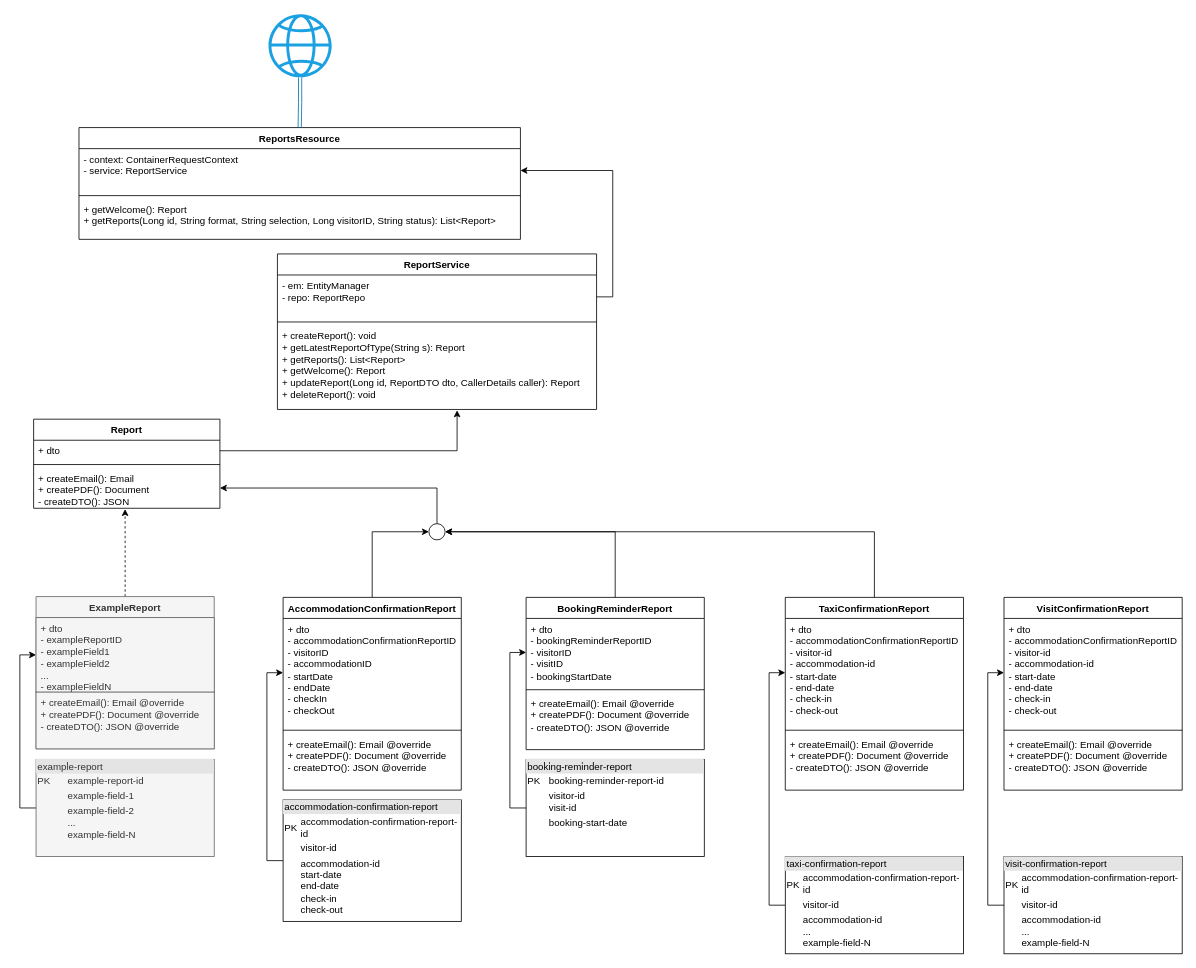
The draw.io diagram Document generation class diagram.drawio in ambolt314/FinalProjectDesign, before the edit. Source tidied: cells renumbered, new cells numbered last; positions are measured from the earlier drawing's top-left corner, leaving out a move shared by most shapes. Both pictures are drawn from the tidied source at 81%, with x=0, y=0 at pixel (33, 14).
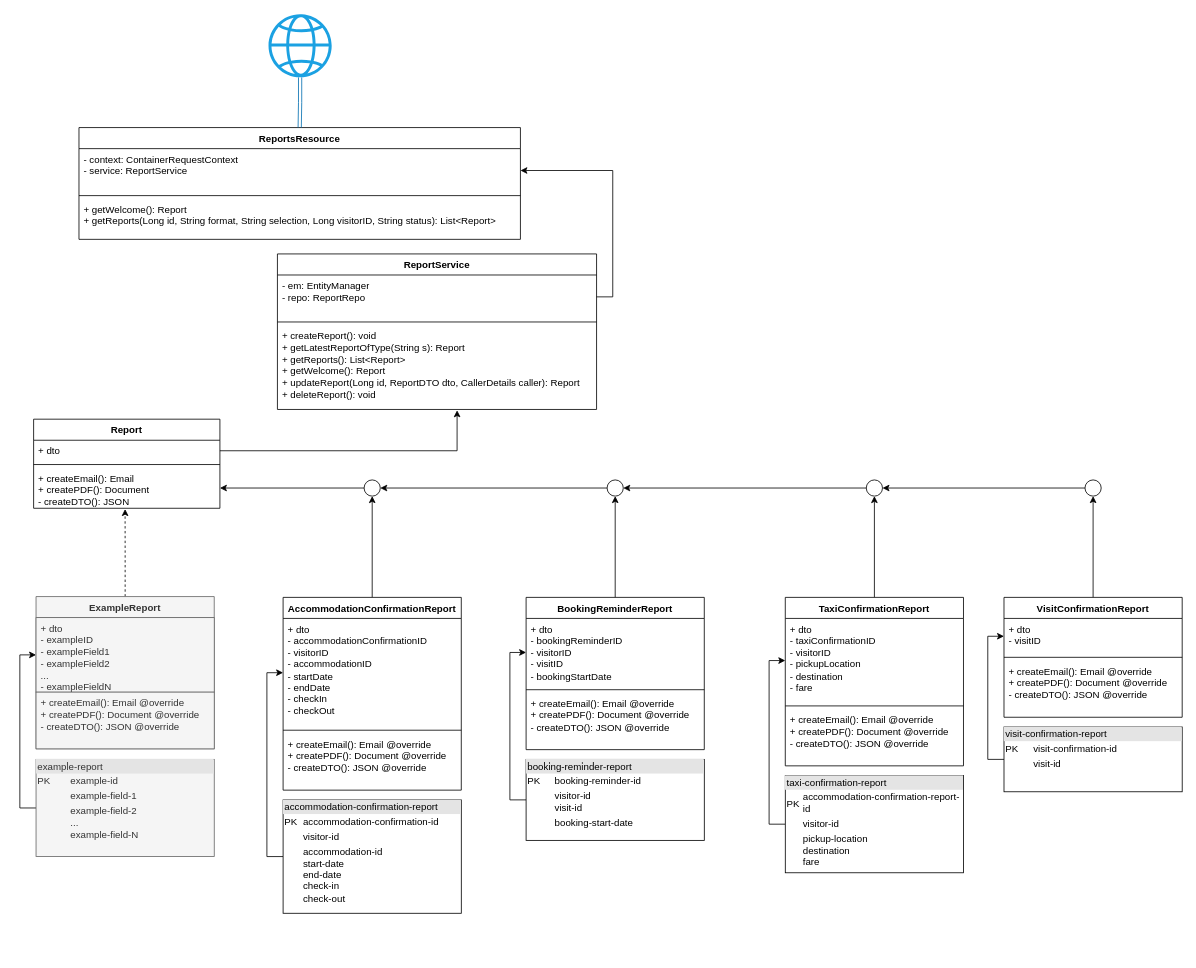
Above is the later version.

Commit message:
Added indicative underlying data to reports

The change refers to these unchanged cells:
```xml
<mxCell id="18" value="ExampleReport" style="swimlane;fontStyle=1;align=center;verticalAlign=top;horizontal=1;startSize=26;whiteSpace=wrap;html=1;fillColor=#f5f5f5;fontColor=#333333;strokeColor=#666666;" parent="1" vertex="1">
  <mxGeometry x="3" y="719" width="220" height="188" as="geometry" />
</mxCell>
<mxCell id="24" value="AccommodationConfirmationReport" style="swimlane;fontStyle=1;align=center;verticalAlign=top;horizontal=1;startSize=26;whiteSpace=wrap;html=1;" parent="1" vertex="1">
  <mxGeometry x="308" y="720" width="220" height="238" as="geometry" />
</mxCell>
<mxCell id="36" value="BookingReminderReport" style="swimlane;fontStyle=1;align=center;verticalAlign=top;horizontal=1;startSize=26;whiteSpace=wrap;html=1;" parent="1" vertex="1">
  <mxGeometry x="608" y="720" width="220" height="188" as="geometry" />
</mxCell>
```

The edit, as a diff of the source:
```diff
@@
-    <mxCell id="16" value="&lt;div style=&quot;box-sizing:border-box;width:100%;background:#e4e4e4;padding:2px;&quot;&gt;example-report&lt;/div&gt;&lt;table style=&quot;width:100%;font-size:1em;&quot; cellpadding=&quot;2&quot; cellspacing=&quot;0&quot;&gt;&lt;tbody&gt;&lt;tr&gt;&lt;td&gt;PK&lt;/td&gt;&lt;td&gt;example-report-id&lt;br&gt;&lt;/td&gt;&lt;/tr&gt;&lt;tr&gt;&lt;td&gt;&lt;br&gt;&lt;/td&gt;&lt;td&gt;example-field-1&lt;/td&gt;&lt;/tr&gt;&lt;tr&gt;&lt;td&gt;&lt;/td&gt;&lt;td&gt;example-field-2&lt;br&gt;...&lt;br&gt;example-field-N&lt;br&gt;&lt;/td&gt;&lt;/tr&gt;&lt;/tbody&gt;&lt;/table&gt;" style="verticalAlign=top;align=left;overflow=fill;html=1;whiteSpace=wrap;fillColor=#f5f5f5;fontColor=#333333;strokeColor=#666666;" parent="1" vertex="1">
+    <mxCell id="16" value="&lt;div style=&quot;box-sizing:border-box;width:100%;background:#e4e4e4;padding:2px;&quot;&gt;example-report&lt;/div&gt;&lt;table style=&quot;width:100%;font-size:1em;&quot; cellpadding=&quot;2&quot; cellspacing=&quot;0&quot;&gt;&lt;tbody&gt;&lt;tr&gt;&lt;td&gt;PK&lt;/td&gt;&lt;td&gt;example-id&lt;br&gt;&lt;/td&gt;&lt;/tr&gt;&lt;tr&gt;&lt;td&gt;&lt;br&gt;&lt;/td&gt;&lt;td&gt;example-field-1&lt;/td&gt;&lt;/tr&gt;&lt;tr&gt;&lt;td&gt;&lt;/td&gt;&lt;td&gt;example-field-2&lt;br&gt;...&lt;br&gt;example-field-N&lt;br&gt;&lt;/td&gt;&lt;/tr&gt;&lt;/tbody&gt;&lt;/table&gt;" style="verticalAlign=top;align=left;overflow=fill;html=1;whiteSpace=wrap;fillColor=#f5f5f5;fontColor=#333333;strokeColor=#666666;" parent="1" vertex="1">
       <mxGeometry x="3" y="920" width="220" height="120" as="geometry" />
     </mxCell>
@@
-    <mxCell id="19" value="&lt;div&gt;+ dto&lt;br&gt;&lt;/div&gt;&lt;div&gt;- exampleReportID&lt;/div&gt;&lt;div&gt;- exampleField1&lt;/div&gt;&lt;div&gt;- exampleField2&lt;br&gt;&lt;/div&gt;&lt;div&gt;...&lt;/div&gt;&lt;div&gt;- exampleFieldN&lt;br&gt;&lt;/div&gt;" style="text;strokeColor=#666666;fillColor=#f5f5f5;align=left;verticalAlign=top;spacingLeft=4;spacingRight=4;overflow=hidden;points=[[0,0.5],[1,0.5]];portConstraint=eastwest;whiteSpace=wrap;html=1;fontColor=#333333;" parent="18" vertex="1">
+    <mxCell id="19" value="&lt;div&gt;+ dto&lt;br&gt;&lt;/div&gt;&lt;div&gt;- exampleID&lt;/div&gt;&lt;div&gt;- exampleField1&lt;/div&gt;&lt;div&gt;- exampleField2&lt;br&gt;&lt;/div&gt;&lt;div&gt;...&lt;/div&gt;&lt;div&gt;- exampleFieldN&lt;br&gt;&lt;/div&gt;" style="text;strokeColor=#666666;fillColor=#f5f5f5;align=left;verticalAlign=top;spacingLeft=4;spacingRight=4;overflow=hidden;points=[[0,0.5],[1,0.5]];portConstraint=eastwest;whiteSpace=wrap;html=1;fontColor=#333333;" parent="18" vertex="1">
       <mxGeometry y="26" width="220" height="92" as="geometry" />
     </mxCell>
@@
-    <mxCell id="22" value="&lt;div style=&quot;box-sizing:border-box;width:100%;background:#e4e4e4;padding:2px;&quot;&gt;accommodation-confirmation-report&lt;/div&gt;&lt;table style=&quot;width:100%;font-size:1em;&quot; cellpadding=&quot;2&quot; cellspacing=&quot;0&quot;&gt;&lt;tbody&gt;&lt;tr&gt;&lt;td&gt;PK&lt;/td&gt;&lt;td&gt;accommodation-confirmation-report-id&lt;br&gt;&lt;/td&gt;&lt;/tr&gt;&lt;tr&gt;&lt;td&gt;&lt;br&gt;&lt;/td&gt;&lt;td&gt;visitor-id&lt;br&gt;&lt;/td&gt;&lt;/tr&gt;&lt;tr&gt;&lt;td&gt;&lt;/td&gt;&lt;td&gt;accommodation-id&lt;br&gt;start-date&lt;br&gt;end-date&lt;br&gt;check-in&lt;br&gt;check-out&lt;br&gt;&lt;/td&gt;&lt;/tr&gt;&lt;/tbody&gt;&lt;/table&gt;" style="verticalAlign=top;align=left;overflow=fill;html=1;whiteSpace=wrap;" parent="1" vertex="1">
-      <mxGeometry x="308" y="970" width="220" height="150" as="geometry" />
+    <mxCell id="22" value="&lt;div style=&quot;box-sizing:border-box;width:100%;background:#e4e4e4;padding:2px;&quot;&gt;accommodation-confirmation-report&lt;/div&gt;&lt;table style=&quot;width:100%;font-size:1em;&quot; cellpadding=&quot;2&quot; cellspacing=&quot;0&quot;&gt;&lt;tbody&gt;&lt;tr&gt;&lt;td&gt;PK&lt;/td&gt;&lt;td&gt;accommodation-confirmation-id&lt;br&gt;&lt;/td&gt;&lt;/tr&gt;&lt;tr&gt;&lt;td&gt;&lt;br&gt;&lt;/td&gt;&lt;td&gt;visitor-id&lt;br&gt;&lt;/td&gt;&lt;/tr&gt;&lt;tr&gt;&lt;td&gt;&lt;/td&gt;&lt;td&gt;accommodation-id&lt;br&gt;start-date&lt;br&gt;end-date&lt;br&gt;check-in&lt;br&gt;check-out&lt;br&gt;&lt;/td&gt;&lt;/tr&gt;&lt;/tbody&gt;&lt;/table&gt;" style="verticalAlign=top;align=left;overflow=fill;html=1;whiteSpace=wrap;" parent="1" vertex="1">
+      <mxGeometry x="308" y="970" width="220" height="140" as="geometry" />
     </mxCell>
-    <mxCell id="23" style="edgeStyle=orthogonalEdgeStyle;rounded=0;jettySize=auto;html=1;entryX=0;entryY=0.5;entryDx=0;entryDy=0;exitX=0.5;exitY=0;exitDx=0;exitDy=0;" parent="1" edge="1" source="24" target="29">
+    <mxCell id="23" style="edgeStyle=orthogonalEdgeStyle;rounded=0;jettySize=auto;html=1;entryX=0.5;entryY=1;entryDx=0;entryDy=0;" parent="1" edge="1" source="24" target="29">
       <mxGeometry relative="1" as="geometry" />
     </mxCell>
@@
-    <mxCell id="25" value="&lt;div&gt;+ dto&lt;br&gt;&lt;/div&gt;&lt;div&gt;- accommodationConfirmationReportID&lt;/div&gt;&lt;div&gt;- visitorID&lt;br&gt;&lt;/div&gt;&lt;div&gt;- accommodationID&lt;/div&gt;&lt;div&gt;- startDate&lt;/div&gt;&lt;div&gt;- endDate&lt;/div&gt;&lt;div&gt;- checkIn&lt;/div&gt;&lt;div&gt;- checkOut&lt;br&gt;&lt;/div&gt;" style="text;strokeColor=none;fillColor=none;align=left;verticalAlign=top;spacingLeft=4;spacingRight=4;overflow=hidden;points=[[0,0.5],[1,0.5]];portConstraint=eastwest;whiteSpace=wrap;html=1;" parent="24" vertex="1">
+    <mxCell id="25" value="&lt;div&gt;+ dto&lt;br&gt;&lt;/div&gt;&lt;div&gt;- accommodationConfirmationID&lt;/div&gt;&lt;div&gt;- visitorID&lt;br&gt;&lt;/div&gt;&lt;div&gt;- accommodationID&lt;/div&gt;&lt;div&gt;- startDate&lt;/div&gt;&lt;div&gt;- endDate&lt;/div&gt;&lt;div&gt;- checkIn&lt;/div&gt;&lt;div&gt;- checkOut&lt;br&gt;&lt;/div&gt;" style="text;strokeColor=none;fillColor=none;align=left;verticalAlign=top;spacingLeft=4;spacingRight=4;overflow=hidden;points=[[0,0.5],[1,0.5]];portConstraint=eastwest;whiteSpace=wrap;html=1;" parent="24" vertex="1">
       <mxGeometry y="26" width="220" height="134" as="geometry" />
     </mxCell>
@@
     <mxCell id="29" style="ellipse;whiteSpace=wrap;html=1;" parent="1" vertex="1">
-      <mxGeometry x="488" y="629" width="20" height="20" as="geometry" />
+      <mxGeometry x="408" y="575" width="20" height="20" as="geometry" />
     </mxCell>
@@
-    <mxCell id="34" value="&lt;div style=&quot;box-sizing:border-box;width:100%;background:#e4e4e4;padding:2px;&quot;&gt;booking-reminder-report&lt;/div&gt;&lt;table style=&quot;width:100%;font-size:1em;&quot; cellpadding=&quot;2&quot; cellspacing=&quot;0&quot;&gt;&lt;tbody&gt;&lt;tr&gt;&lt;td&gt;PK&lt;/td&gt;&lt;td&gt;booking-reminder-report-id&lt;br&gt;&lt;/td&gt;&lt;/tr&gt;&lt;tr&gt;&lt;td&gt;&lt;br&gt;&lt;/td&gt;&lt;td&gt;visitor-id&lt;br&gt;visit-id&lt;br&gt;&lt;/td&gt;&lt;/tr&gt;&lt;tr&gt;&lt;td&gt;&lt;/td&gt;&lt;td&gt;booking-start-date&lt;br&gt;&lt;/td&gt;&lt;/tr&gt;&lt;/tbody&gt;&lt;/table&gt;" style="verticalAlign=top;align=left;overflow=fill;html=1;whiteSpace=wrap;" parent="1" vertex="1">
-      <mxGeometry x="608" y="920" width="220" height="120" as="geometry" />
+    <mxCell id="34" value="&lt;div style=&quot;box-sizing:border-box;width:100%;background:#e4e4e4;padding:2px;&quot;&gt;booking-reminder-report&lt;/div&gt;&lt;table style=&quot;width:100%;font-size:1em;&quot; cellpadding=&quot;2&quot; cellspacing=&quot;0&quot;&gt;&lt;tbody&gt;&lt;tr&gt;&lt;td&gt;PK&lt;/td&gt;&lt;td&gt;booking-reminder-id&lt;br&gt;&lt;/td&gt;&lt;/tr&gt;&lt;tr&gt;&lt;td&gt;&lt;br&gt;&lt;/td&gt;&lt;td&gt;visitor-id&lt;br&gt;visit-id&lt;br&gt;&lt;/td&gt;&lt;/tr&gt;&lt;tr&gt;&lt;td&gt;&lt;/td&gt;&lt;td&gt;booking-start-date&lt;br&gt;&lt;/td&gt;&lt;/tr&gt;&lt;/tbody&gt;&lt;/table&gt;" style="verticalAlign=top;align=left;overflow=fill;html=1;whiteSpace=wrap;" parent="1" vertex="1">
+      <mxGeometry x="608" y="920" width="220" height="100" as="geometry" />
     </mxCell>
-    <mxCell id="35" style="edgeStyle=orthogonalEdgeStyle;rounded=0;jettySize=auto;html=1;entryX=1;entryY=0.5;entryDx=0;entryDy=0;exitX=0.5;exitY=0;exitDx=0;exitDy=0;" parent="1" edge="1" source="36" target="29">
-      <mxGeometry relative="1" as="geometry" />
-    </mxCell>
+    <mxCell id="53" style="edgeStyle=orthogonalEdgeStyle;rounded=0;jettySize=auto;html=1;entryX=0.5;entryY=1;entryDx=0;entryDy=0;" parent="1" edge="1" source="36" target="57">
+      <mxGeometry relative="1" as="geometry" />
+    </mxCell>
@@
-    <mxCell id="37" value="&lt;div&gt;+ dto&lt;br&gt;&lt;/div&gt;&lt;div&gt;- bookingReminderReportID&lt;/div&gt;&lt;div&gt;- visitorID&lt;/div&gt;&lt;div&gt;- visitID&lt;/div&gt;&lt;div&gt;- bookingStartDate&lt;br&gt;&lt;/div&gt;" style="text;strokeColor=none;fillColor=none;align=left;verticalAlign=top;spacingLeft=4;spacingRight=4;overflow=hidden;points=[[0,0.5],[1,0.5]];portConstraint=eastwest;whiteSpace=wrap;html=1;" parent="36" vertex="1">
+    <mxCell id="37" value="&lt;div&gt;+ dto&lt;br&gt;&lt;/div&gt;&lt;div&gt;- bookingReminderID&lt;/div&gt;&lt;div&gt;- visitorID&lt;/div&gt;&lt;div&gt;- visitID&lt;/div&gt;&lt;div&gt;- bookingStartDate&lt;br&gt;&lt;/div&gt;" style="text;strokeColor=none;fillColor=none;align=left;verticalAlign=top;spacingLeft=4;spacingRight=4;overflow=hidden;points=[[0,0.5],[1,0.5]];portConstraint=eastwest;whiteSpace=wrap;html=1;" parent="36" vertex="1">
       <mxGeometry y="26" width="220" height="84" as="geometry" />
     </mxCell>
@@
-    <mxCell id="41" value="&lt;div style=&quot;box-sizing:border-box;width:100%;background:#e4e4e4;padding:2px;&quot;&gt;taxi-confirmation-report&lt;/div&gt;&lt;table style=&quot;width:100%;font-size:1em;&quot; cellpadding=&quot;2&quot; cellspacing=&quot;0&quot;&gt;&lt;tbody&gt;&lt;tr&gt;&lt;td&gt;PK&lt;/td&gt;&lt;td&gt;accommodation-confirmation-report-id&lt;br&gt;&lt;/td&gt;&lt;/tr&gt;&lt;tr&gt;&lt;td&gt;&lt;br&gt;&lt;/td&gt;&lt;td&gt;visitor-id&lt;br&gt;&lt;/td&gt;&lt;/tr&gt;&lt;tr&gt;&lt;td&gt;&lt;/td&gt;&lt;td&gt;accommodation-id&lt;br&gt;...&lt;br&gt;example-field-N&lt;br&gt;&lt;/td&gt;&lt;/tr&gt;&lt;/tbody&gt;&lt;/table&gt;" style="verticalAlign=top;align=left;overflow=fill;html=1;whiteSpace=wrap;" parent="1" vertex="1">
-      <mxGeometry x="928" y="1040" width="220" height="120" as="geometry" />
+    <mxCell id="41" value="&lt;div style=&quot;box-sizing:border-box;width:100%;background:#e4e4e4;padding:2px;&quot;&gt;taxi-confirmation-report&lt;/div&gt;&lt;table style=&quot;width:100%;font-size:1em;&quot; cellpadding=&quot;2&quot; cellspacing=&quot;0&quot;&gt;&lt;tbody&gt;&lt;tr&gt;&lt;td&gt;PK&lt;/td&gt;&lt;td&gt;accommodation-confirmation-report-id&lt;br&gt;&lt;/td&gt;&lt;/tr&gt;&lt;tr&gt;&lt;td&gt;&lt;br&gt;&lt;/td&gt;&lt;td&gt;visitor-id&lt;br&gt;&lt;/td&gt;&lt;/tr&gt;&lt;tr&gt;&lt;td&gt;&lt;/td&gt;&lt;td&gt;pickup-location&lt;br&gt;destination&lt;br&gt;fare&lt;br&gt;&lt;/td&gt;&lt;/tr&gt;&lt;/tbody&gt;&lt;/table&gt;" style="verticalAlign=top;align=left;overflow=fill;html=1;whiteSpace=wrap;" parent="1" vertex="1">
+      <mxGeometry x="928" y="940" width="220" height="120" as="geometry" />
     </mxCell>
-    <mxCell id="42" style="edgeStyle=orthogonalEdgeStyle;rounded=0;jettySize=auto;html=1;entryX=1;entryY=0.5;entryDx=0;entryDy=0;exitX=0.5;exitY=0;exitDx=0;exitDy=0;" parent="1" edge="1" source="43" target="29">
-      <mxGeometry relative="1" as="geometry" />
-    </mxCell>
+    <mxCell id="54" style="edgeStyle=orthogonalEdgeStyle;rounded=0;jettySize=auto;html=1;entryX=0.5;entryY=1;entryDx=0;entryDy=0;" parent="1" edge="1" source="43" target="59">
+      <mxGeometry relative="1" as="geometry" />
+    </mxCell>
     <mxCell id="43" value="TaxiConfirmationReport" style="swimlane;fontStyle=1;align=center;verticalAlign=top;horizontal=1;startSize=26;whiteSpace=wrap;html=1;" parent="1" vertex="1">
-      <mxGeometry x="928" y="720" width="220" height="238" as="geometry" />
+      <mxGeometry x="928" y="720" width="220" height="208" as="geometry" />
     </mxCell>
-    <mxCell id="44" value="&lt;div&gt;+ dto&lt;br&gt;&lt;/div&gt;&lt;div&gt;- accommodationConfirmationReportID&lt;/div&gt;&lt;div&gt;- visitor-id&lt;br&gt;&lt;/div&gt;&lt;div&gt;- accommodation-id&lt;/div&gt;&lt;div&gt;- start-date&lt;/div&gt;&lt;div&gt;- end-date&lt;/div&gt;&lt;div&gt;- check-in&lt;/div&gt;&lt;div&gt;- check-out&lt;br&gt;&lt;/div&gt;" style="text;strokeColor=none;fillColor=none;align=left;verticalAlign=top;spacingLeft=4;spacingRight=4;overflow=hidden;points=[[0,0.5],[1,0.5]];portConstraint=eastwest;whiteSpace=wrap;html=1;" parent="43" vertex="1">
-      <mxGeometry y="26" width="220" height="134" as="geometry" />
+    <mxCell id="44" value="&lt;div&gt;+ dto&lt;/div&gt;&lt;div&gt;- taxiConfirmationID&lt;/div&gt;&lt;div&gt;- visitorID&lt;br&gt;&lt;/div&gt;&lt;div&gt;- pickupLocation&lt;/div&gt;&lt;div&gt;- destination&lt;/div&gt;&lt;div&gt;- fare&lt;br&gt;&lt;/div&gt;" style="text;strokeColor=none;fillColor=none;align=left;verticalAlign=top;spacingLeft=4;spacingRight=4;overflow=hidden;points=[[0,0.5],[1,0.5]];portConstraint=eastwest;whiteSpace=wrap;html=1;" parent="43" vertex="1">
+      <mxGeometry y="26" width="220" height="104" as="geometry" />
     </mxCell>
     <mxCell id="45" style="line;strokeWidth=1;fillColor=none;align=left;verticalAlign=middle;spacingTop=-1;spacingLeft=3;spacingRight=3;labelPosition=right;strokeColor=inherit;" parent="43" vertex="1">
-      <mxGeometry y="160" width="220" height="8" as="geometry" />
+      <mxGeometry y="130" width="220" height="8" as="geometry" />
     </mxCell>
     <mxCell id="46" value="&lt;div&gt;+ createEmail(): Email @override&lt;/div&gt;&lt;div&gt;+ createPDF(): Document @override&lt;/div&gt;&lt;div&gt;- createDTO(): JSON @override&lt;br&gt;&lt;/div&gt;" style="text;strokeColor=none;fillColor=none;align=left;verticalAlign=top;spacingLeft=4;spacingRight=4;overflow=hidden;whiteSpace=wrap;html=1;" parent="43" vertex="1">
-      <mxGeometry y="168" width="220" height="70" as="geometry" />
+      <mxGeometry y="138" width="220" height="70" as="geometry" />
     </mxCell>
@@
-    <mxCell id="48" value="&lt;div style=&quot;box-sizing:border-box;width:100%;background:#e4e4e4;padding:2px;&quot;&gt;visit-confirmation-report&lt;/div&gt;&lt;table style=&quot;width:100%;font-size:1em;&quot; cellpadding=&quot;2&quot; cellspacing=&quot;0&quot;&gt;&lt;tbody&gt;&lt;tr&gt;&lt;td&gt;PK&lt;/td&gt;&lt;td&gt;accommodation-confirmation-report-id&lt;br&gt;&lt;/td&gt;&lt;/tr&gt;&lt;tr&gt;&lt;td&gt;&lt;br&gt;&lt;/td&gt;&lt;td&gt;visitor-id&lt;br&gt;&lt;/td&gt;&lt;/tr&gt;&lt;tr&gt;&lt;td&gt;&lt;/td&gt;&lt;td&gt;accommodation-id&lt;br&gt;...&lt;br&gt;example-field-N&lt;br&gt;&lt;/td&gt;&lt;/tr&gt;&lt;/tbody&gt;&lt;/table&gt;" style="verticalAlign=top;align=left;overflow=fill;html=1;whiteSpace=wrap;" parent="1" vertex="1">
-      <mxGeometry x="1198" y="1040" width="220" height="120" as="geometry" />
+    <mxCell id="48" value="&lt;div style=&quot;box-sizing:border-box;width:100%;background:#e4e4e4;padding:2px;&quot;&gt;visit-confirmation-report&lt;/div&gt;&lt;table style=&quot;width:100%;font-size:1em;&quot; cellpadding=&quot;2&quot; cellspacing=&quot;0&quot;&gt;&lt;tbody&gt;&lt;tr&gt;&lt;td&gt;PK&lt;/td&gt;&lt;td&gt;visit-confirmation-id&lt;br&gt;&lt;/td&gt;&lt;/tr&gt;&lt;tr&gt;&lt;td&gt;&lt;br&gt;&lt;/td&gt;&lt;td&gt;visit-id&lt;br&gt;&lt;/td&gt;&lt;/tr&gt;&lt;tr&gt;&lt;td&gt;&lt;/td&gt;&lt;td&gt;&lt;br&gt;&lt;/td&gt;&lt;/tr&gt;&lt;/tbody&gt;&lt;/table&gt;" style="verticalAlign=top;align=left;overflow=fill;html=1;whiteSpace=wrap;" parent="1" vertex="1">
+      <mxGeometry x="1198" y="880" width="220" height="80" as="geometry" />
     </mxCell>
+    <mxCell id="55" style="edgeStyle=orthogonalEdgeStyle;rounded=0;jettySize=auto;html=1;entryX=0.5;entryY=1;entryDx=0;entryDy=0;" parent="1" edge="1" source="49" target="61">
+      <mxGeometry relative="1" as="geometry" />
+    </mxCell>
     <mxCell id="49" value="VisitConfirmationReport" style="swimlane;fontStyle=1;align=center;verticalAlign=top;horizontal=1;startSize=26;whiteSpace=wrap;html=1;" parent="1" vertex="1">
-      <mxGeometry x="1198" y="720" width="220" height="238" as="geometry" />
+      <mxGeometry x="1198" y="720" width="220" height="148" as="geometry" />
     </mxCell>
-    <mxCell id="50" value="&lt;div&gt;+ dto&lt;br&gt;&lt;/div&gt;&lt;div&gt;- accommodationConfirmationReportID&lt;/div&gt;&lt;div&gt;- visitor-id&lt;br&gt;&lt;/div&gt;&lt;div&gt;- accommodation-id&lt;/div&gt;&lt;div&gt;- start-date&lt;/div&gt;&lt;div&gt;- end-date&lt;/div&gt;&lt;div&gt;- check-in&lt;/div&gt;&lt;div&gt;- check-out&lt;br&gt;&lt;/div&gt;" style="text;strokeColor=none;fillColor=none;align=left;verticalAlign=top;spacingLeft=4;spacingRight=4;overflow=hidden;points=[[0,0.5],[1,0.5]];portConstraint=eastwest;whiteSpace=wrap;html=1;" parent="49" vertex="1">
-      <mxGeometry y="26" width="220" height="134" as="geometry" />
+    <mxCell id="50" value="&lt;div&gt;+ dto&lt;/div&gt;&lt;div&gt;- visitID&lt;/div&gt;" style="text;strokeColor=none;fillColor=none;align=left;verticalAlign=top;spacingLeft=4;spacingRight=4;overflow=hidden;points=[[0,0.5],[1,0.5]];portConstraint=eastwest;whiteSpace=wrap;html=1;" parent="49" vertex="1">
+      <mxGeometry y="26" width="220" height="44" as="geometry" />
     </mxCell>
     <mxCell id="51" style="line;strokeWidth=1;fillColor=none;align=left;verticalAlign=middle;spacingTop=-1;spacingLeft=3;spacingRight=3;labelPosition=right;strokeColor=inherit;" parent="49" vertex="1">
-      <mxGeometry y="160" width="220" height="8" as="geometry" />
+      <mxGeometry y="70" width="220" height="8" as="geometry" />
     </mxCell>
     <mxCell id="52" value="&lt;div&gt;+ createEmail(): Email @override&lt;/div&gt;&lt;div&gt;+ createPDF(): Document @override&lt;/div&gt;&lt;div&gt;- createDTO(): JSON @override&lt;br&gt;&lt;/div&gt;" style="text;strokeColor=none;fillColor=none;align=left;verticalAlign=top;spacingLeft=4;spacingRight=4;overflow=hidden;whiteSpace=wrap;html=1;" parent="49" vertex="1">
-      <mxGeometry y="168" width="220" height="70" as="geometry" />
+      <mxGeometry y="78" width="220" height="70" as="geometry" />
     </mxCell>
+    <mxCell id="56" style="edgeStyle=orthogonalEdgeStyle;rounded=0;jettySize=auto;html=1;entryX=1;entryY=0.5;entryDx=0;entryDy=0;" parent="1" edge="1" source="57" target="29">
+      <mxGeometry relative="1" as="geometry" />
+    </mxCell>
+    <mxCell id="57" style="ellipse;whiteSpace=wrap;html=1;" parent="1" vertex="1">
+      <mxGeometry x="708" y="575" width="20" height="20" as="geometry" />
+    </mxCell>
+    <mxCell id="58" style="edgeStyle=orthogonalEdgeStyle;rounded=0;jettySize=auto;html=1;entryX=1;entryY=0.5;entryDx=0;entryDy=0;" parent="1" edge="1" source="59" target="57">
+      <mxGeometry relative="1" as="geometry" />
+    </mxCell>
+    <mxCell id="59" style="ellipse;whiteSpace=wrap;html=1;" parent="1" vertex="1">
+      <mxGeometry x="1028" y="575" width="20" height="20" as="geometry" />
+    </mxCell>
+    <mxCell id="60" style="edgeStyle=orthogonalEdgeStyle;rounded=0;jettySize=auto;html=1;entryX=1;entryY=0.5;entryDx=0;entryDy=0;" parent="1" edge="1" source="61" target="59">
+      <mxGeometry relative="1" as="geometry" />
+    </mxCell>
+    <mxCell id="61" style="ellipse;whiteSpace=wrap;html=1;" parent="1" vertex="1">
+      <mxGeometry x="1298" y="575" width="20" height="20" as="geometry" />
+    </mxCell>
```
